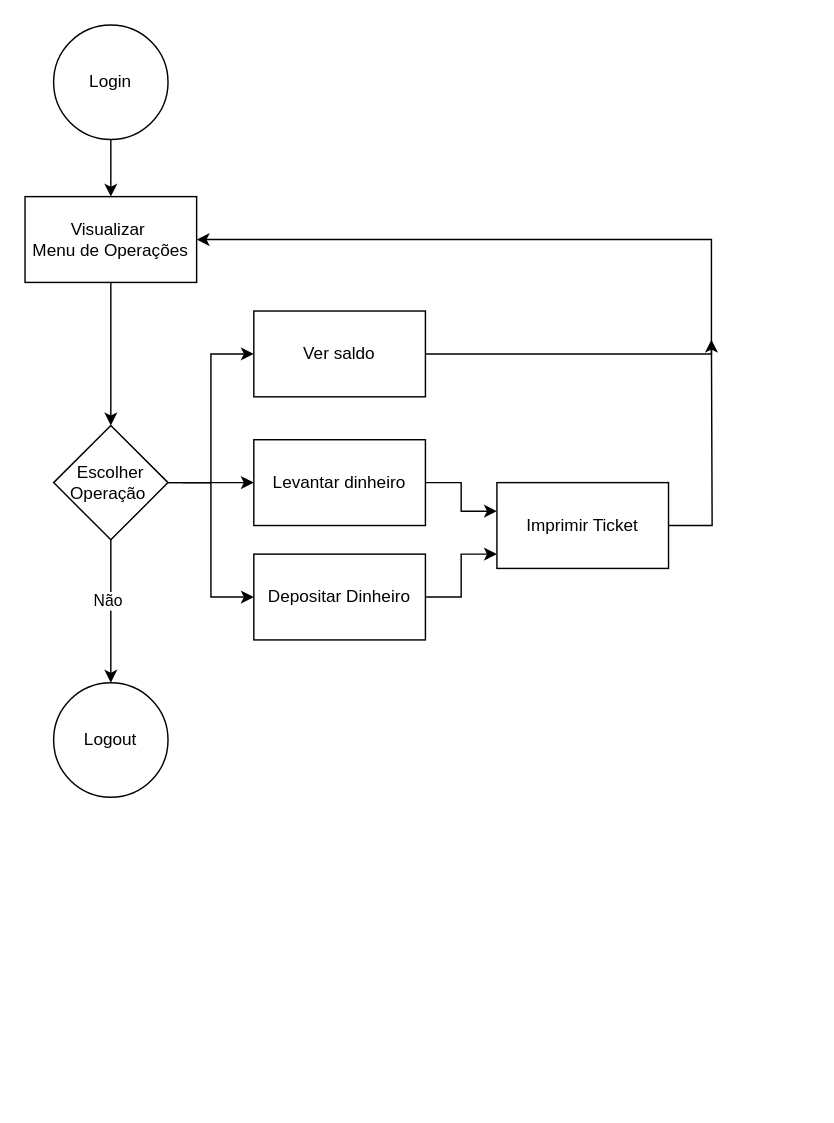
This is Projetos_CURSO/Fluxograma1.drawio from Humberto-Matondo/Algorithms, a draw.io file, before an edit. Source tidied: cells renumbered, new cells numbered last; positions are measured from the earlier drawing's top-left corner, leaving out a move shared by most shapes. Both pictures are drawn from the tidied source at 143%, with x=0, y=0 at pixel (24, 24).
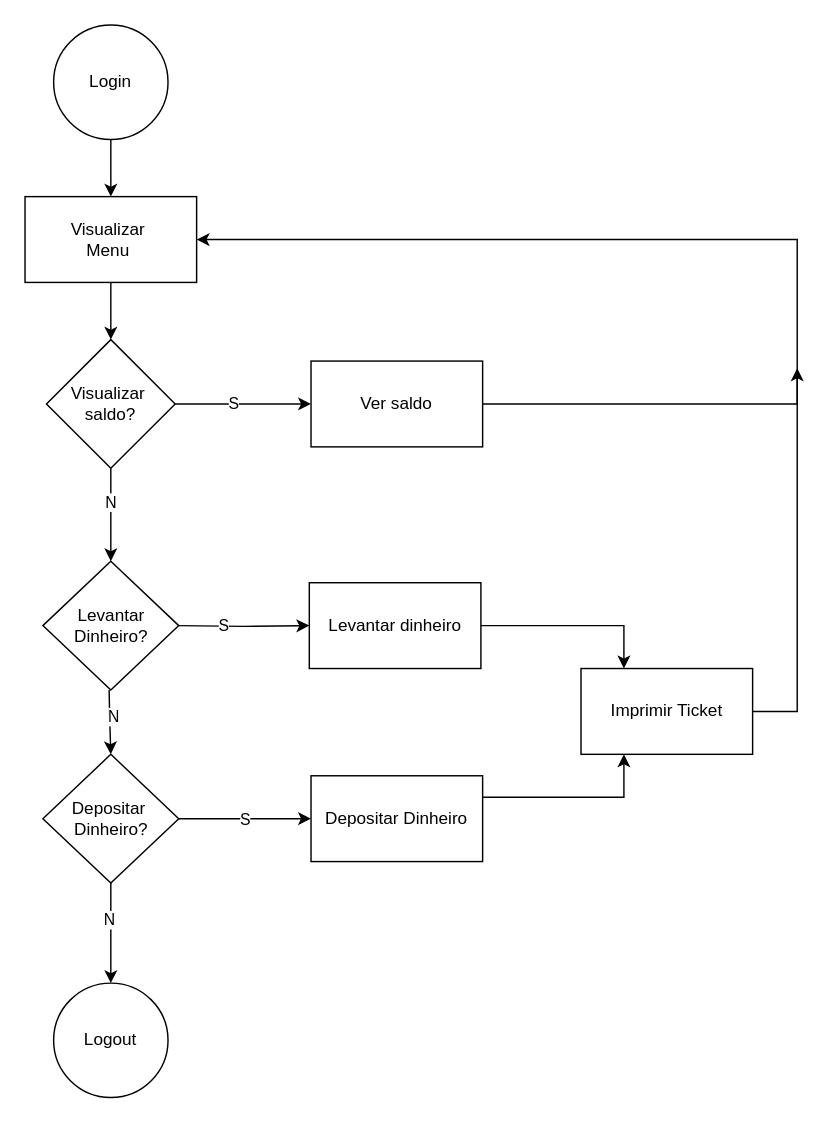
After the change.

What changed in the source:
```diff
@@
     <mxCell id="4" value="Logout" style="ellipse;whiteSpace=wrap;html=1;" parent="1" vertex="1">
-      <mxGeometry x="20" y="460" width="80" height="80" as="geometry" />
+      <mxGeometry x="20" y="670" width="80" height="80" as="geometry" />
     </mxCell>
-    <mxCell id="5" style="edgeStyle=orthogonalEdgeStyle;rounded=0;jettySize=auto;html=1;entryX=0.5;entryY=0;entryDx=0;entryDy=0;" parent="1" edge="1" source="8" target="4">
-      <mxGeometry relative="1" as="geometry" />
-    </mxCell>
-    <mxCell id="6" value="Não" style="edgeLabel;html=1;align=center;verticalAlign=middle;" parent="5" vertex="1">
-      <mxGeometry x="-0.16" y="-3" relative="1" as="geometry" />
-    </mxCell>
     <mxCell id="7" style="edgeStyle=orthogonalEdgeStyle;rounded=0;jettySize=auto;html=1;" parent="1" edge="1" source="8" target="12">
-      <mxGeometry relative="1" as="geometry">
-        <Array as="points">
-          <mxPoint x="130" y="320" />
-          <mxPoint x="130" y="230" />
-        </Array>
-      </mxGeometry>
+      <mxGeometry relative="1" as="geometry" />
     </mxCell>
+    <mxCell id="21" value="S" style="edgeLabel;html=1;align=center;verticalAlign=middle;" parent="7" vertex="1">
+      <mxGeometry x="-0.16" y="1" relative="1" as="geometry" />
+    </mxCell>
+    <mxCell id="22" style="edgeStyle=orthogonalEdgeStyle;rounded=0;jettySize=auto;html=1;" parent="1" edge="1" source="8" target="28">
+      <mxGeometry relative="1" as="geometry" />
+    </mxCell>
+    <mxCell id="23" value="N" style="edgeLabel;html=1;align=center;verticalAlign=middle;" parent="22" vertex="1">
+      <mxGeometry x="-0.27" y="-1" relative="1" as="geometry">
+        <mxPoint y="-1" as="offset" />
+      </mxGeometry>
+    </mxCell>
-    <mxCell id="8" value="Escolher Operação&amp;nbsp;" style="rhombus;whiteSpace=wrap;html=1;" parent="1" vertex="1">
-      <mxGeometry x="20" y="280" width="80" height="80" as="geometry" />
+    <mxCell id="8" value="Visualizar&amp;nbsp;&lt;div&gt;saldo?&lt;/div&gt;" style="rhombus;whiteSpace=wrap;html=1;" parent="1" vertex="1">
+      <mxGeometry x="15" y="220" width="90" height="90" as="geometry" />
     </mxCell>
@@
-    <mxCell id="10" value="Visualizar&amp;nbsp;&lt;div&gt;Menu de Operações&lt;/div&gt;" style="rounded=0;whiteSpace=wrap;html=1;" parent="1" vertex="1">
+    <mxCell id="10" value="Visualizar&amp;nbsp;&lt;div&gt;Menu&amp;nbsp;&lt;/div&gt;" style="rounded=0;whiteSpace=wrap;html=1;" parent="1" vertex="1">
       <mxGeometry y="120" width="120" height="60" as="geometry" />
     </mxCell>
     <mxCell id="11" style="edgeStyle=orthogonalEdgeStyle;rounded=0;jettySize=auto;html=1;entryX=1;entryY=0.5;entryDx=0;entryDy=0;" parent="1" edge="1" source="12" target="10">
       <mxGeometry relative="1" as="geometry">
         <Array as="points">
-          <mxPoint x="480" y="230" />
-          <mxPoint x="480" y="150" />
+          <mxPoint x="540" y="265" />
+          <mxPoint x="540" y="150" />
         </Array>
       </mxGeometry>
     </mxCell>
     <mxCell id="12" value="Ver saldo" style="whiteSpace=wrap;html=1;" parent="1" vertex="1">
-      <mxGeometry x="160" y="200" width="120" height="60" as="geometry" />
+      <mxGeometry x="200" y="235" width="120" height="60" as="geometry" />
     </mxCell>
-    <mxCell id="13" style="edgeStyle=orthogonalEdgeStyle;rounded=0;jettySize=auto;html=1;exitX=1;exitY=0.5;exitDx=0;exitDy=0;" parent="1" edge="1" source="8" target="15">
-      <mxGeometry relative="1" as="geometry">
-        <Array as="points">
-          <mxPoint x="150" y="320" />
-          <mxPoint x="150" y="320" />
-        </Array>
-      </mxGeometry>
-    </mxCell>
     <mxCell id="14" style="edgeStyle=orthogonalEdgeStyle;rounded=0;jettySize=auto;html=1;" parent="1" edge="1" source="15" target="20">
       <mxGeometry relative="1" as="geometry">
         <Array as="points">
-          <mxPoint x="305" y="320" />
-          <mxPoint x="305" y="340" />
+          <mxPoint x="418.8" y="420" />
         </Array>
       </mxGeometry>
     </mxCell>
     <mxCell id="15" value="Levantar dinheiro" style="rounded=0;whiteSpace=wrap;html=1;" parent="1" vertex="1">
-      <mxGeometry x="160" y="290" width="120" height="60" as="geometry" />
+      <mxGeometry x="198.8" y="390" width="120" height="60" as="geometry" />
     </mxCell>
-    <mxCell id="16" style="edgeStyle=orthogonalEdgeStyle;rounded=0;jettySize=auto;html=1;" parent="1" edge="1" target="18">
-      <mxGeometry relative="1" as="geometry">
-        <mxPoint x="110" y="320" as="sourcePoint" />
-        <Array as="points">
-          <mxPoint x="130" y="320" />
-          <mxPoint x="130" y="400" />
-        </Array>
-      </mxGeometry>
-    </mxCell>
     <mxCell id="17" style="edgeStyle=orthogonalEdgeStyle;rounded=0;jettySize=auto;html=1;" parent="1" edge="1" source="18" target="20">
       <mxGeometry relative="1" as="geometry">
         <Array as="points">
-          <mxPoint x="305" y="400" />
-          <mxPoint x="305" y="370" />
+          <mxPoint x="418.8" y="540" />
         </Array>
       </mxGeometry>
     </mxCell>
     <mxCell id="18" value="Depositar Dinheiro" style="rounded=0;whiteSpace=wrap;html=1;" parent="1" vertex="1">
-      <mxGeometry x="160" y="370" width="120" height="60" as="geometry" />
+      <mxGeometry x="200" y="525" width="120" height="60" as="geometry" />
     </mxCell>
     <mxCell id="19" style="edgeStyle=orthogonalEdgeStyle;rounded=0;jettySize=auto;html=1;" parent="1" edge="1" source="20">
       <mxGeometry relative="1" as="geometry">
-        <mxPoint x="480" y="220" as="targetPoint" />
+        <mxPoint x="540" y="240" as="targetPoint" />
+        <Array as="points">
+          <mxPoint x="540" y="480" />
+        </Array>
       </mxGeometry>
     </mxCell>
     <mxCell id="20" value="Imprimir Ticket" style="whiteSpace=wrap;html=1;rounded=0;" parent="1" vertex="1">
-      <mxGeometry x="330" y="320" width="120" height="60" as="geometry" />
+      <mxGeometry x="388.8" y="450" width="120" height="60" as="geometry" />
     </mxCell>
+    <mxCell id="24" style="edgeStyle=orthogonalEdgeStyle;rounded=0;jettySize=auto;html=1;" parent="1" edge="1" target="15">
+      <mxGeometry relative="1" as="geometry">
+        <mxPoint x="106.3" y="420" as="sourcePoint" />
+      </mxGeometry>
+    </mxCell>
+    <mxCell id="25" value="S" style="edgeLabel;html=1;align=center;verticalAlign=middle;" parent="24" vertex="1">
+      <mxGeometry x="-0.32" y="1" relative="1" as="geometry" />
+    </mxCell>
+    <mxCell id="26" style="edgeStyle=orthogonalEdgeStyle;rounded=0;jettySize=auto;html=1;" parent="1" edge="1" target="33">
+      <mxGeometry relative="1" as="geometry">
+        <mxPoint x="58.8" y="465" as="sourcePoint" />
+      </mxGeometry>
+    </mxCell>
+    <mxCell id="27" value="N" style="edgeLabel;html=1;align=center;verticalAlign=middle;" parent="26" vertex="1">
+      <mxGeometry x="-0.11" y="2" relative="1" as="geometry">
+        <mxPoint y="-1" as="offset" />
+      </mxGeometry>
+    </mxCell>
+    <mxCell id="28" value="&lt;span style=&quot;background-color: transparent; color: light-dark(rgb(0, 0, 0), rgb(255, 255, 255));&quot;&gt;Levantar&lt;/span&gt;&lt;div&gt;&lt;span style=&quot;background-color: transparent; color: light-dark(rgb(0, 0, 0), rgb(255, 255, 255));&quot;&gt;Dinheiro?&lt;/span&gt;&lt;/div&gt;" style="rhombus;whiteSpace=wrap;html=1;" parent="1" vertex="1">
+      <mxGeometry x="12.5" y="375" width="95" height="90" as="geometry" />
+    </mxCell>
+    <mxCell id="29" style="edgeStyle=orthogonalEdgeStyle;rounded=0;jettySize=auto;html=1;" parent="1" edge="1" source="33" target="18">
+      <mxGeometry relative="1" as="geometry" />
+    </mxCell>
+    <mxCell id="30" value="S" style="edgeLabel;html=1;align=center;verticalAlign=middle;" parent="29" vertex="1">
+      <mxGeometry x="-0.01" relative="1" as="geometry" />
+    </mxCell>
+    <mxCell id="31" style="edgeStyle=orthogonalEdgeStyle;rounded=0;jettySize=auto;html=1;" parent="1" edge="1" source="33" target="4">
+      <mxGeometry relative="1" as="geometry" />
+    </mxCell>
+    <mxCell id="32" value="N" style="edgeLabel;html=1;align=center;verticalAlign=middle;" parent="31" vertex="1">
+      <mxGeometry x="-0.28" y="-2" relative="1" as="geometry" />
+    </mxCell>
+    <mxCell id="33" value="Depositar&amp;nbsp;&lt;div&gt;Dinheiro?&lt;/div&gt;" style="rhombus;whiteSpace=wrap;html=1;" parent="1" vertex="1">
+      <mxGeometry x="12.5" y="510" width="95" height="90" as="geometry" />
+    </mxCell>
```
